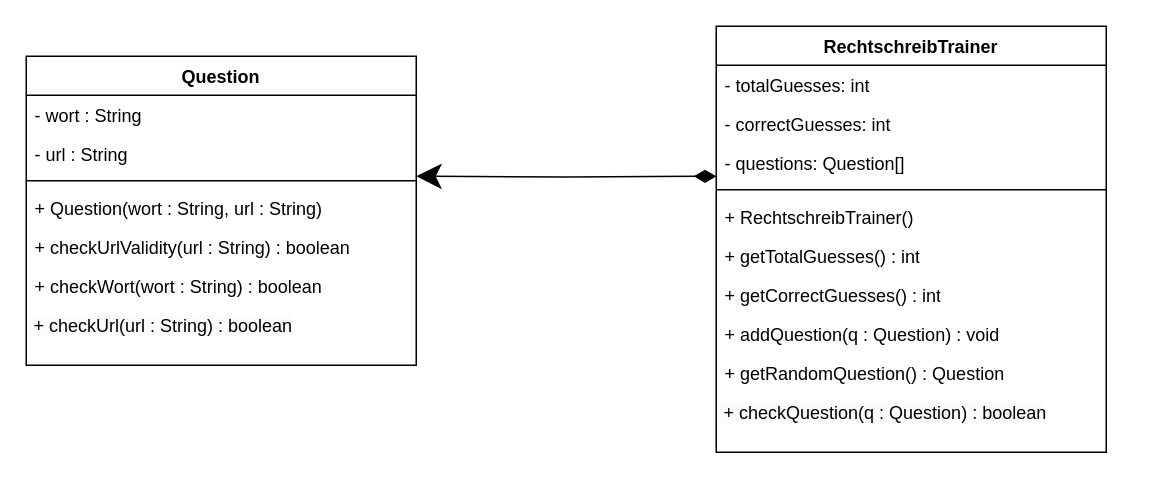
TGM-HIT/sew9-2425-worttrainer-ahujaankush keeps this draw.io diagram as Worttrainer.drawio. Above is the earlier version. Source tidied: cells renumbered, new cells numbered last; positions are measured from the earlier drawing's top-left corner, leaving out a move shared by most shapes. Both pictures are drawn from the tidied source at 150%, with x=0, y=0 at pixel (26, 26).
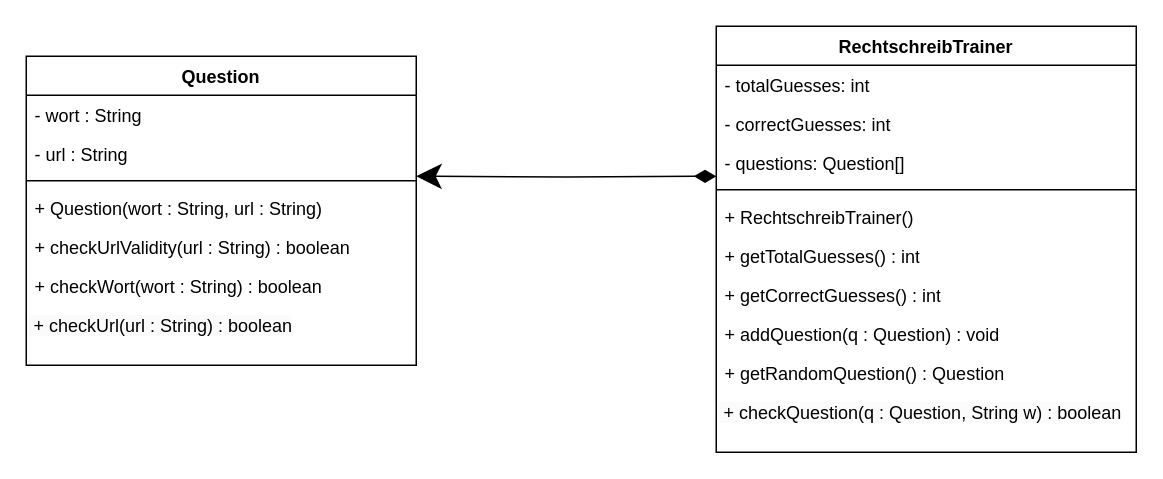
After the change.

Commit message (it also covers changes not shown here):
UML: Add Rechtschreib Trainer, update check methos

The edit, as a diff of the source:
```diff
@@
     <mxCell id="10" value="RechtschreibTrainer" style="swimlane;fontStyle=1;align=center;verticalAlign=top;horizontal=1;startSize=26;whiteSpace=wrap;html=1;" parent="1" vertex="1">
-      <mxGeometry x="460" width="260" height="284" as="geometry" />
+      <mxGeometry x="460" width="280" height="284" as="geometry" />
     </mxCell>
     <mxCell id="11" value="- totalGuesses: int" style="text;strokeColor=none;fillColor=none;align=left;verticalAlign=top;spacingLeft=4;spacingRight=4;overflow=hidden;whiteSpace=wrap;html=1;" parent="10" vertex="1">
-      <mxGeometry y="26" width="260" height="26" as="geometry" />
+      <mxGeometry y="26" width="280" height="26" as="geometry" />
     </mxCell>
     <mxCell id="12" value="- correctGuesses: int" style="text;strokeColor=none;fillColor=none;align=left;verticalAlign=top;spacingLeft=4;spacingRight=4;overflow=hidden;whiteSpace=wrap;html=1;" parent="10" vertex="1">
-      <mxGeometry y="52" width="260" height="26" as="geometry" />
+      <mxGeometry y="52" width="280" height="26" as="geometry" />
     </mxCell>
     <mxCell id="13" value="- questions: Question[]" style="text;strokeColor=none;fillColor=none;align=left;verticalAlign=top;spacingLeft=4;spacingRight=4;overflow=hidden;points=[[0,0.5],[1,0.5]];portConstraint=eastwest;whiteSpace=wrap;html=1;" parent="10" vertex="1">
-      <mxGeometry y="78" width="260" height="26" as="geometry" />
+      <mxGeometry y="78" width="280" height="26" as="geometry" />
     </mxCell>
     <mxCell id="14" style="line;strokeWidth=1;fillColor=none;align=left;verticalAlign=middle;spacingTop=-1;spacingLeft=3;spacingRight=3;labelPosition=right;strokeColor=inherit;" parent="10" vertex="1">
-      <mxGeometry y="104" width="260" height="10" as="geometry" />
+      <mxGeometry y="104" width="280" height="10" as="geometry" />
     </mxCell>
     <mxCell id="15" value="+ RechtschreibTrainer()" style="text;strokeColor=none;fillColor=none;align=left;verticalAlign=top;spacingLeft=4;spacingRight=4;overflow=hidden;whiteSpace=wrap;html=1;" parent="10" vertex="1">
-      <mxGeometry y="114" width="260" height="26" as="geometry" />
+      <mxGeometry y="114" width="280" height="26" as="geometry" />
     </mxCell>
     <mxCell id="16" value="+ getTotalGuesses() : int" style="text;strokeColor=none;fillColor=none;align=left;verticalAlign=top;spacingLeft=4;spacingRight=4;overflow=hidden;whiteSpace=wrap;html=1;" parent="10" vertex="1">
-      <mxGeometry y="140" width="260" height="26" as="geometry" />
+      <mxGeometry y="140" width="280" height="26" as="geometry" />
     </mxCell>
     <mxCell id="17" value="+ getCorrectGuesses() : int" style="text;strokeColor=none;fillColor=none;align=left;verticalAlign=top;spacingLeft=4;spacingRight=4;overflow=hidden;whiteSpace=wrap;html=1;" parent="10" vertex="1">
-      <mxGeometry y="166" width="260" height="26" as="geometry" />
+      <mxGeometry y="166" width="280" height="26" as="geometry" />
     </mxCell>
     <mxCell id="18" value="+ addQuestion(q : Question) : void" style="text;strokeColor=none;fillColor=none;align=left;verticalAlign=top;spacingLeft=4;spacingRight=4;overflow=hidden;whiteSpace=wrap;html=1;" parent="10" vertex="1">
-      <mxGeometry y="192" width="260" height="26" as="geometry" />
+      <mxGeometry y="192" width="280" height="26" as="geometry" />
     </mxCell>
     <mxCell id="19" value="+ getRandomQuestion() : Question" style="text;strokeColor=none;fillColor=none;align=left;verticalAlign=top;spacingLeft=4;spacingRight=4;overflow=hidden;whiteSpace=wrap;html=1;" parent="10" vertex="1">
-      <mxGeometry y="218" width="260" height="26" as="geometry" />
+      <mxGeometry y="218" width="280" height="26" as="geometry" />
     </mxCell>
-    <mxCell id="20" value="&lt;span style=&quot;color: rgb(0, 0, 0); font-family: Helvetica; font-size: 12px; font-style: normal; font-variant-ligatures: normal; font-variant-caps: normal; font-weight: 400; letter-spacing: normal; orphans: 2; text-align: left; text-indent: 0px; text-transform: none; widows: 2; word-spacing: 0px; -webkit-text-stroke-width: 0px; white-space: normal; background-color: rgb(251, 251, 251); text-decoration-thickness: initial; text-decoration-style: initial; text-decoration-color: initial; display: inline !important; float: none;&quot;&gt;&amp;nbsp;+ checkQuestion(q : Question) : boolean&lt;/span&gt;" style="text;whiteSpace=wrap;html=1;" parent="10" vertex="1">
-      <mxGeometry y="244" width="260" height="40" as="geometry" />
+    <mxCell id="20" value="&lt;span style=&quot;color: rgb(0, 0, 0); font-family: Helvetica; font-size: 12px; font-style: normal; font-variant-ligatures: normal; font-variant-caps: normal; font-weight: 400; letter-spacing: normal; orphans: 2; text-align: left; text-indent: 0px; text-transform: none; widows: 2; word-spacing: 0px; -webkit-text-stroke-width: 0px; white-space: normal; background-color: rgb(251, 251, 251); text-decoration-thickness: initial; text-decoration-style: initial; text-decoration-color: initial; display: inline !important; float: none;&quot;&gt;&amp;nbsp;+ checkQuestion(q : Question, String w) : boolean&lt;/span&gt;" style="text;whiteSpace=wrap;html=1;" parent="10" vertex="1">
+      <mxGeometry y="244" width="280" height="40" as="geometry" />
     </mxCell>
```
